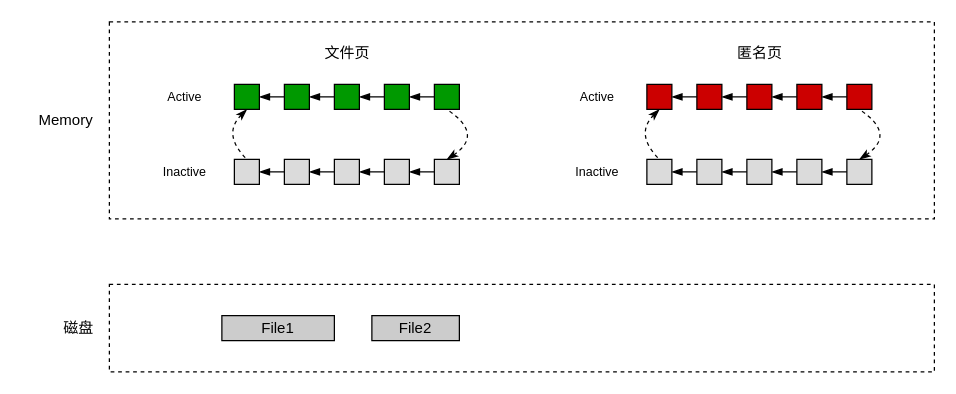
Earlier version of the draw.io diagram memorycompress.drawio (payall4u/draw.io). Source tidied: cells renumbered, new cells numbered last; positions are measured from the earlier drawing's top-left corner, leaving out a move shared by most shapes. Both pictures are drawn from the tidied source at 125%, with x=0, y=0 at pixel (21, 21).
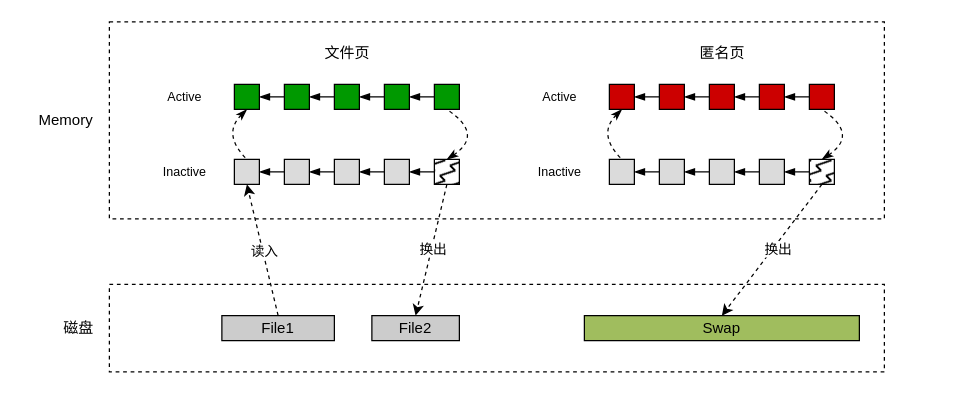
Above is the later version.

Unchanged cells that the change refers to:
```xml
<mxCell id="15" style="rounded=0;whiteSpace=wrap;html=1;fillColor=#DBDBDB;" parent="1" vertex="1">
  <mxGeometry x="170" y="110" width="20" height="20" as="geometry" />
</mxCell>
<mxCell id="52" value="File1" style="rounded=0;whiteSpace=wrap;html=1;fillColor=#CCCCCC;" parent="1" vertex="1">
  <mxGeometry x="160" y="235" width="90" height="20" as="geometry" />
</mxCell>
<mxCell id="53" value="File2" style="rounded=0;whiteSpace=wrap;html=1;fillColor=#CCCCCC;" parent="1" vertex="1">
  <mxGeometry x="280" y="235" width="70" height="20" as="geometry" />
</mxCell>
```

Diff of the diagram source:
```diff
@@
     <mxCell id="2" style="rounded=0;whiteSpace=wrap;html=1;dashed=1;" parent="1" vertex="1">
-      <mxGeometry x="70" width="660" height="157.5" as="geometry" />
+      <mxGeometry x="70" width="620" height="157.5" as="geometry" />
     </mxCell>
@@
-    <mxCell id="16" style="rounded=0;whiteSpace=wrap;html=1;fillColor=#DBDBDB;" parent="1" vertex="1">
+    <mxCell id="16" style="rounded=0;whiteSpace=wrap;html=1;fillColor=#000000;fillStyle=zigzag-line;" parent="1" vertex="1">
       <mxGeometry x="330" y="110" width="20" height="20" as="geometry" />
     </mxCell>
@@
     <mxCell id="25" style="rounded=0;whiteSpace=wrap;html=1;fillColor=#CC0000;" parent="1" vertex="1">
-      <mxGeometry x="540" y="50" width="20" height="20" as="geometry" />
+      <mxGeometry x="510" y="50" width="20" height="20" as="geometry" />
     </mxCell>
     <mxCell id="26" style="rounded=0;whiteSpace=wrap;html=1;fillColor=#CC0000;" parent="1" vertex="1">
-      <mxGeometry x="580" y="50" width="20" height="20" as="geometry" />
+      <mxGeometry x="550" y="50" width="20" height="20" as="geometry" />
     </mxCell>
     <mxCell id="27" style="rounded=0;whiteSpace=wrap;html=1;fillColor=#CC0000;" parent="1" vertex="1">
-      <mxGeometry x="620" y="50" width="20" height="20" as="geometry" />
+      <mxGeometry x="590" y="50" width="20" height="20" as="geometry" />
     </mxCell>
     <mxCell id="28" style="rounded=0;whiteSpace=wrap;html=1;fillColor=#CC0000;" parent="1" vertex="1">
-      <mxGeometry x="500" y="50" width="20" height="20" as="geometry" />
+      <mxGeometry x="470" y="50" width="20" height="20" as="geometry" />
     </mxCell>
     <mxCell id="29" style="rounded=0;whiteSpace=wrap;html=1;fillColor=#CC0000;" parent="1" vertex="1">
-      <mxGeometry x="660" y="50" width="20" height="20" as="geometry" />
+      <mxGeometry x="630" y="50" width="20" height="20" as="geometry" />
     </mxCell>
@@
     <mxCell id="34" style="rounded=0;whiteSpace=wrap;html=1;fillColor=#DBDBDB;" parent="1" vertex="1">
-      <mxGeometry x="540" y="110" width="20" height="20" as="geometry" />
+      <mxGeometry x="510" y="110" width="20" height="20" as="geometry" />
     </mxCell>
     <mxCell id="35" style="rounded=0;whiteSpace=wrap;html=1;fillColor=#DBDBDB;" parent="1" vertex="1">
-      <mxGeometry x="580" y="110" width="20" height="20" as="geometry" />
+      <mxGeometry x="550" y="110" width="20" height="20" as="geometry" />
     </mxCell>
     <mxCell id="36" style="rounded=0;whiteSpace=wrap;html=1;fillColor=#DBDBDB;" parent="1" vertex="1">
-      <mxGeometry x="620" y="110" width="20" height="20" as="geometry" />
+      <mxGeometry x="590" y="110" width="20" height="20" as="geometry" />
     </mxCell>
     <mxCell id="37" style="rounded=0;whiteSpace=wrap;html=1;fillColor=#DBDBDB;" parent="1" vertex="1">
-      <mxGeometry x="500" y="110" width="20" height="20" as="geometry" />
+      <mxGeometry x="470" y="110" width="20" height="20" as="geometry" />
     </mxCell>
-    <mxCell id="38" style="rounded=0;whiteSpace=wrap;html=1;fillColor=#DBDBDB;" parent="1" vertex="1">
-      <mxGeometry x="660" y="110" width="20" height="20" as="geometry" />
+    <mxCell id="38" style="rounded=0;whiteSpace=wrap;html=1;fillColor=#000000;fillStyle=zigzag-line;" parent="1" vertex="1">
+      <mxGeometry x="630" y="110" width="20" height="20" as="geometry" />
     </mxCell>
@@
     <mxCell id="43" style="endArrow=none;html=1;entryX=0.5;entryY=0;entryDx=0;entryDy=0;exitX=0.5;exitY=1;exitDx=0;exitDy=0;curved=1;dashed=1;endFill=0;startArrow=classicThin;startFill=1;" parent="1" edge="1" source="28" target="37">
       <mxGeometry relative="1" as="geometry">
         <Array as="points">
-          <mxPoint x="490" y="90" />
+          <mxPoint x="460" y="90" />
         </Array>
       </mxGeometry>
     </mxCell>
     <mxCell id="44" style="endArrow=none;html=1;entryX=0.5;entryY=1;entryDx=0;entryDy=0;exitX=0.5;exitY=0;exitDx=0;exitDy=0;curved=1;startArrow=classicThin;startFill=1;endFill=0;dashed=1;" parent="1" edge="1" source="38" target="29">
       <mxGeometry relative="1" as="geometry">
         <Array as="points">
-          <mxPoint x="700" y="90" />
+          <mxPoint x="670" y="90" />
         </Array>
       </mxGeometry>
     </mxCell>
     <mxCell id="45" value="Active" style="text;html=1;align=center;verticalAlign=middle;strokeColor=none;fillColor=none;fontSize=10;" parent="1" vertex="1">
-      <mxGeometry x="430" y="45" width="60" height="30" as="geometry" />
+      <mxGeometry x="400" y="45" width="60" height="30" as="geometry" />
     </mxCell>
     <mxCell id="46" value="Inactive" style="text;html=1;align=center;verticalAlign=middle;strokeColor=none;fillColor=none;fontSize=10;" parent="1" vertex="1">
-      <mxGeometry x="430" y="105" width="60" height="30" as="geometry" />
+      <mxGeometry x="400" y="105" width="60" height="30" as="geometry" />
     </mxCell>
@@
     <mxCell id="48" value="匿名页" style="text;html=1;align=center;verticalAlign=middle;strokeColor=none;fillColor=none;" parent="1" vertex="1">
-      <mxGeometry x="560" y="10" width="60" height="30" as="geometry" />
+      <mxGeometry x="530" y="10" width="60" height="30" as="geometry" />
     </mxCell>
@@
     <mxCell id="50" style="rounded=0;whiteSpace=wrap;html=1;dashed=1;" parent="1" vertex="1">
-      <mxGeometry x="70" y="210" width="660" height="70" as="geometry" />
+      <mxGeometry x="70" y="210" width="620" height="70" as="geometry" />
     </mxCell>
@@
+    <mxCell id="54" style="endArrow=classic;html=1;rounded=0;entryX=0.5;entryY=1;entryDx=0;entryDy=0;exitX=0.5;exitY=0;exitDx=0;exitDy=0;dashed=1;" parent="1" edge="1" source="52" target="15">
+      <mxGeometry relative="1" as="geometry" />
+    </mxCell>
+    <mxCell id="55" value="读入" style="edgeLabel;html=1;align=center;verticalAlign=middle;" parent="54" vertex="1">
+      <mxGeometry x="-0.02" y="-1" relative="1" as="geometry" />
+    </mxCell>
+    <mxCell id="56" style="rounded=0;jettySize=auto;html=1;exitX=0.5;exitY=1;exitDx=0;exitDy=0;entryX=0.5;entryY=0;entryDx=0;entryDy=0;dashed=1;" parent="1" edge="1" source="16" target="53">
+      <mxGeometry relative="1" as="geometry" />
+    </mxCell>
+    <mxCell id="57" value="换出" style="edgeLabel;html=1;align=center;verticalAlign=middle;" parent="56" vertex="1">
+      <mxGeometry x="-0.13" y="1" relative="1" as="geometry">
+        <mxPoint x="-2" y="6" as="offset" />
+      </mxGeometry>
+    </mxCell>
+    <mxCell id="58" value="Swap" style="rounded=0;whiteSpace=wrap;html=1;fillColor=#A0BD5E;" parent="1" vertex="1">
+      <mxGeometry x="450" y="235" width="220" height="20" as="geometry" />
+    </mxCell>
+    <mxCell id="59" style="rounded=0;jettySize=auto;html=1;exitX=0.5;exitY=1;exitDx=0;exitDy=0;entryX=0.5;entryY=0;entryDx=0;entryDy=0;dashed=1;" parent="1" edge="1" source="38" target="58">
+      <mxGeometry relative="1" as="geometry" />
+    </mxCell>
+    <mxCell id="60" value="换出" style="edgeLabel;html=1;align=center;verticalAlign=middle;" parent="59" vertex="1">
+      <mxGeometry x="-0.13" y="1" relative="1" as="geometry">
+        <mxPoint x="-2" y="6" as="offset" />
+      </mxGeometry>
+    </mxCell>
```
